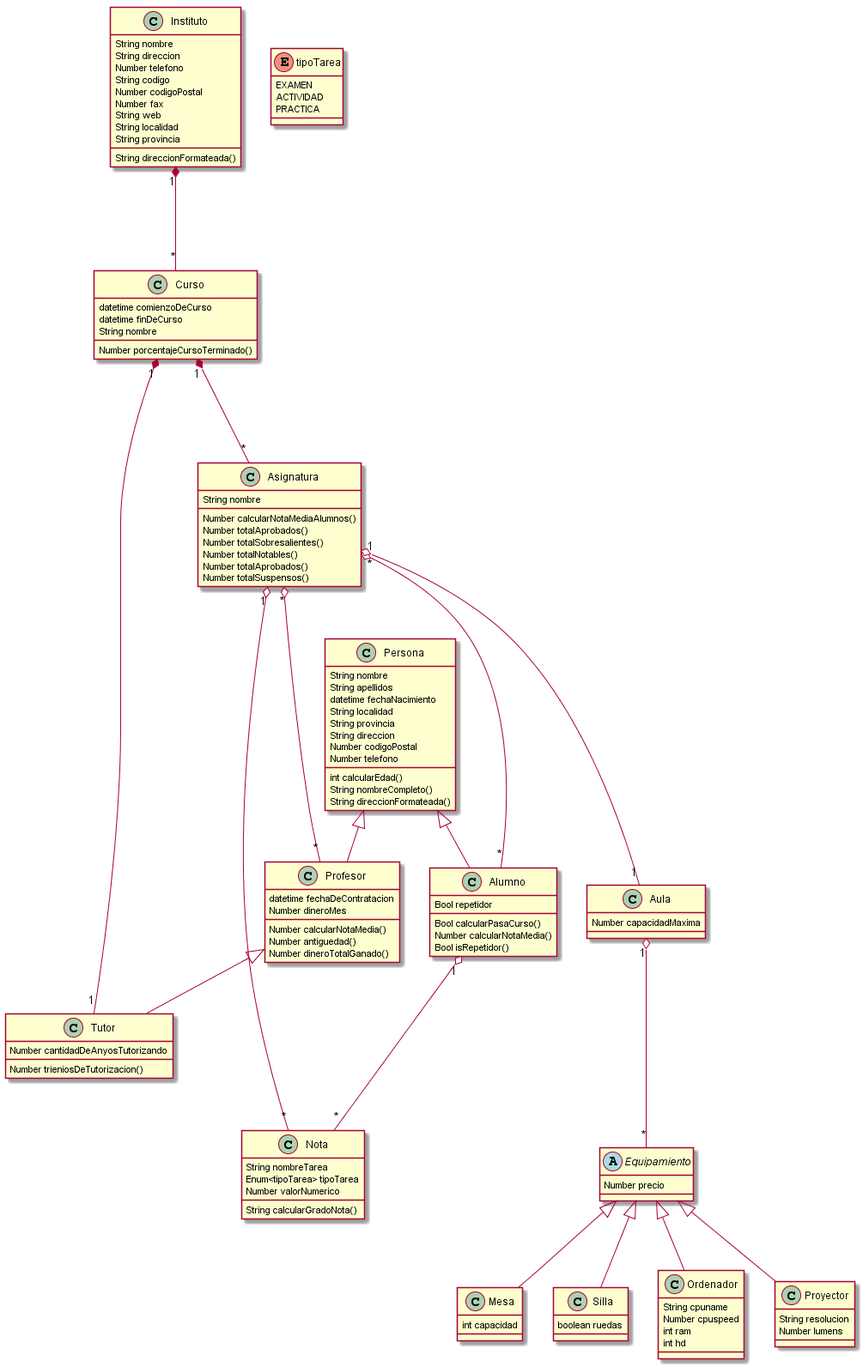
manelme/alandalus_pyc2 keeps this PlantUML diagram as uml/out/alandalus_pyc2/uml/DiagramaClases/DiagramaClases.png. Above is the earlier version.
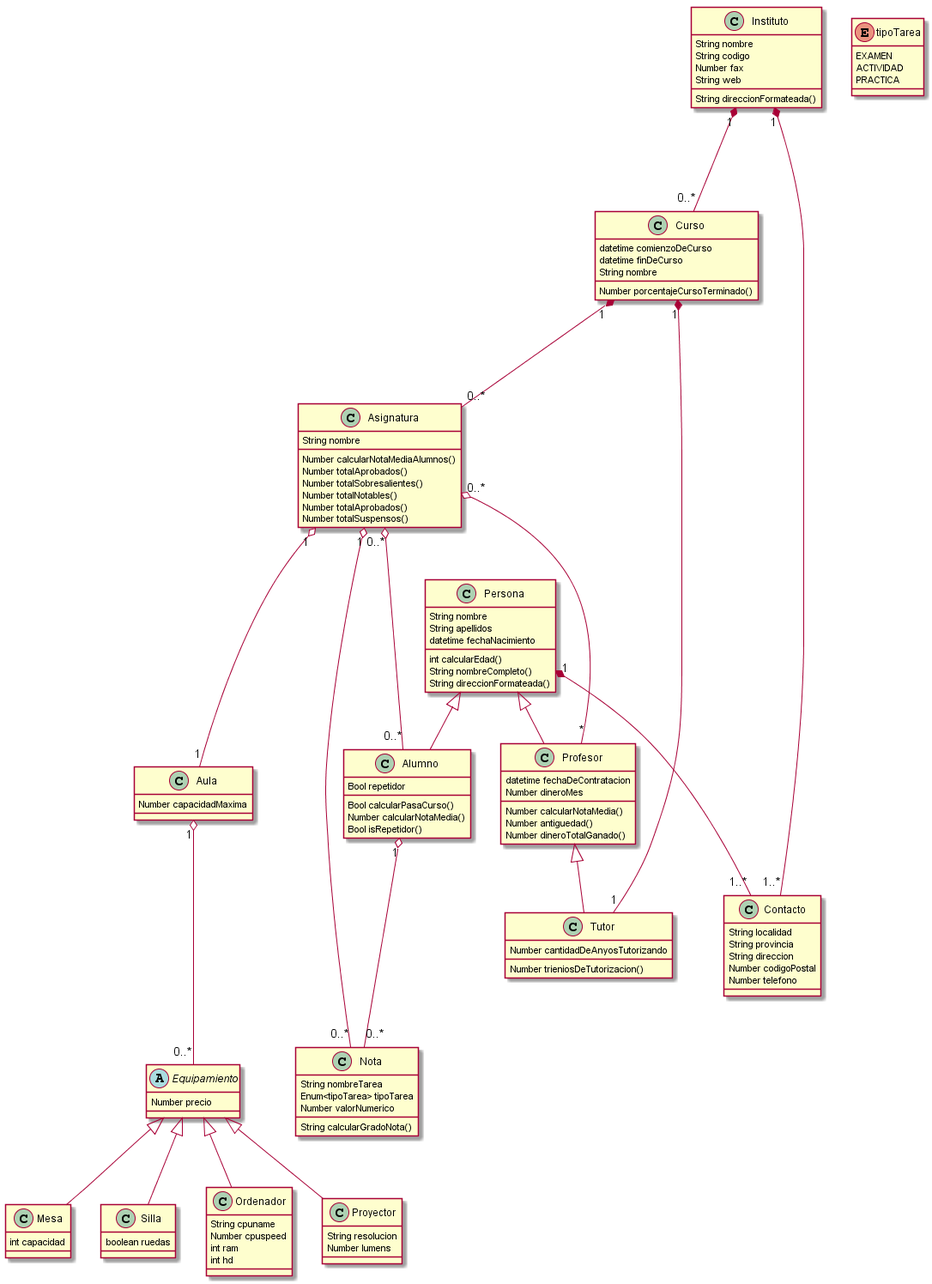
Later version of the same file.

Commit message:
contacto extraido de persona e instituto

Change to the diagram source:
```diff
@@ -1,14 +1,16 @@
 @startuml DiagramaClases
 
-Instituto "1" *--- "*" Curso
-Curso "1" *--- "*" Asignatura
+Instituto "1" *--- "0..*" Curso
+Instituto "1" *--- "1..*" Contacto
+Curso "1" *--- "0..*" Asignatura
 Curso  "1" *--- "1" Tutor
-Asignatura "*" o--- "*" Profesor
-Asignatura "*" o--- "*" Alumno
+Asignatura "0..*" o--- "*" Profesor
+Asignatura "0..*" o--- "0..*" Alumno
 Asignatura "1" o--- "1" Aula
-Aula "1" o--- "*" Equipamiento
-Alumno "1" o--- "*" Nota
-Asignatura "1" o--- "*" Nota
+Aula "1" o--- "0..*" Equipamiento
+Alumno "1" o--- "0..*" Nota
+Asignatura "1" o--- "0..*" Nota
+Persona "1" *--- "1..*" Contacto
 
 Persona <|-- Profesor
 Persona <|-- Alumno
@@ -23,14 +25,16 @@
     String nombre
     String apellidos
     datetime fechaNacimiento
+    int calcularEdad()
+    String nombreCompleto()
+    String direccionFormateada()
+}
+class Contacto {
     String localidad
     String provincia
     String direccion
     Number codigoPostal
     Number telefono
-    int calcularEdad()
-    String nombreCompleto()
-    String direccionFormateada()
 }
 class Alumno {
     Bool repetidor
@@ -51,14 +55,9 @@
 }
 class Instituto {
     String nombre
-    String direccion
-    Number telefono
     String codigo
-    Number codigoPostal
     Number fax
     String web
-    String localidad
-    String provincia
     String direccionFormateada()
 }
 class Asignatura {
```
